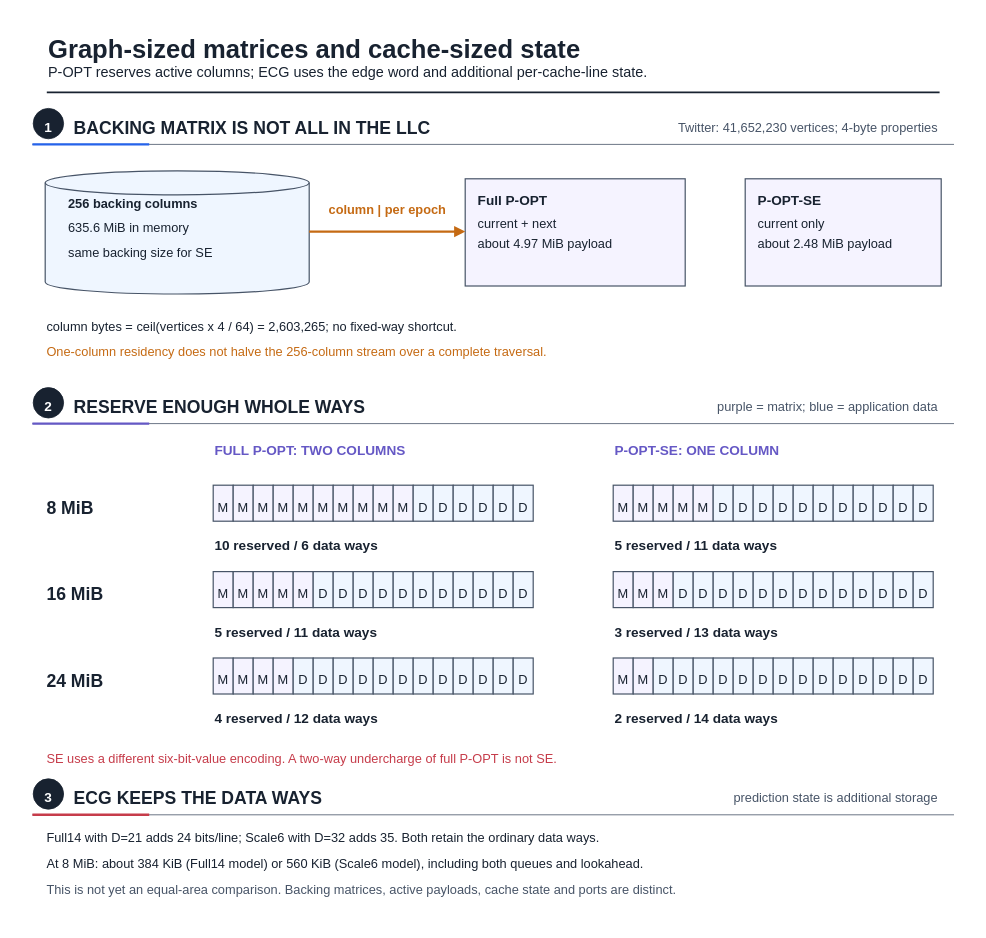
Before: fig/wiki_src/reuse-plan-flowthrough/reuse-plan-flowthrough-f06-capacity-accounting.drawio in UVA-LavaLab/ECG_GrAPL, a draw.io diagram. Source tidied: cells renumbered, new cells numbered last; positions are measured from the earlier drawing's top-left corner, leaving out a move shared by most shapes. Both pictures are drawn from the tidied source at 80%, with x=0, y=0 at pixel (13, 13).
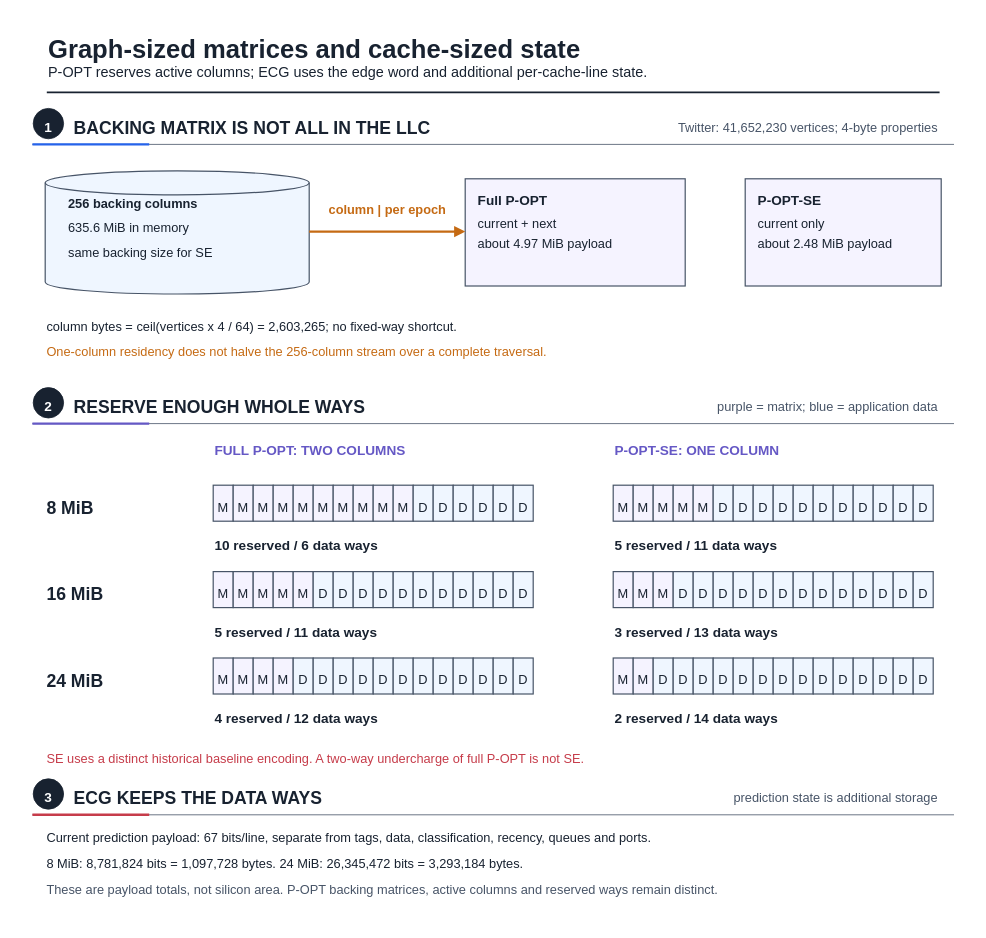
The same diagram, later.

What changed in the source:
```diff
@@
-    <mxCell id="237" value="SE uses a different six-bit-value encoding. A two-way undercharge of full P-OPT is not SE." style="text;html=0;strokeColor=none;fillColor=none;align=left;verticalAlign=middle;fontFamily=Liberation Sans;fontSize=16;fontColor=#C63C4A;fontStyle=0;" parent="1" vertex="1">
-      <mxGeometry x="40" y="919.2" width="763.2" height="22.4" as="geometry" />
+    <mxCell id="237" value="SE uses a distinct historical baseline encoding. A two-way undercharge of full P-OPT is not SE." style="text;html=0;strokeColor=none;fillColor=none;align=left;verticalAlign=middle;fontFamily=Liberation Sans;fontSize=16;fontColor=#C63C4A;fontStyle=0;" parent="1" vertex="1">
+      <mxGeometry x="40" y="919.2" width="805.6" height="22.4" as="geometry" />
     </mxCell>
@@
-    <mxCell id="244" value="Full14 with D=21 adds 24 bits/line; Scale6 with D=32 adds 35. Both retain the ordinary data ways." style="text;html=0;strokeColor=none;fillColor=none;align=left;verticalAlign=middle;fontFamily=Liberation Sans;fontSize=16;fontColor=#182230;fontStyle=0;" parent="1" vertex="1">
-      <mxGeometry x="40" y="1018.2" width="822.6" height="22.4" as="geometry" />
+    <mxCell id="244" value="Current prediction payload: 67 bits/line, separate from tags, data, classification, recency, queues and ports." style="text;html=0;strokeColor=none;fillColor=none;align=left;verticalAlign=middle;fontFamily=Liberation Sans;fontSize=16;fontColor=#182230;fontStyle=0;" parent="1" vertex="1">
+      <mxGeometry x="40" y="1018.2" width="932.8" height="22.4" as="geometry" />
     </mxCell>
-    <mxCell id="245" value="At 8 MiB: about 384 KiB (Full14 model) or 560 KiB (Scale6 model), including both queues and lookahead." style="text;html=0;strokeColor=none;fillColor=none;align=left;verticalAlign=middle;fontFamily=Liberation Sans;fontSize=16;fontColor=#182230;fontStyle=0;" parent="1" vertex="1">
-      <mxGeometry x="40" y="1050.2" width="865" height="22.4" as="geometry" />
+    <mxCell id="245" value="8 MiB: 8,781,824 bits = 1,097,728 bytes. 24 MiB: 26,345,472 bits = 3,293,184 bytes." style="text;html=0;strokeColor=none;fillColor=none;align=left;verticalAlign=middle;fontFamily=Liberation Sans;fontSize=16;fontColor=#182230;fontStyle=0;" parent="1" vertex="1">
+      <mxGeometry x="40" y="1050.2" width="703.8" height="22.4" as="geometry" />
     </mxCell>
-    <mxCell id="246" value="This is not yet an equal-area comparison. Backing matrices, active payloads, cache state and ports are distinct." style="text;html=0;strokeColor=none;fillColor=none;align=left;verticalAlign=middle;fontFamily=Liberation Sans;fontSize=16;fontColor=#475467;fontStyle=0;" parent="1" vertex="1">
-      <mxGeometry x="40" y="1083.2" width="949.8" height="22.4" as="geometry" />
+    <mxCell id="246" value="These are payload totals, not silicon area. P-OPT backing matrices, active columns and reserved ways remain distinct." style="text;html=0;strokeColor=none;fillColor=none;align=left;verticalAlign=middle;fontFamily=Liberation Sans;fontSize=16;fontColor=#475467;fontStyle=0;" parent="1" vertex="1">
+      <mxGeometry x="40" y="1083.2" width="992.2" height="22.4" as="geometry" />
     </mxCell>
```
